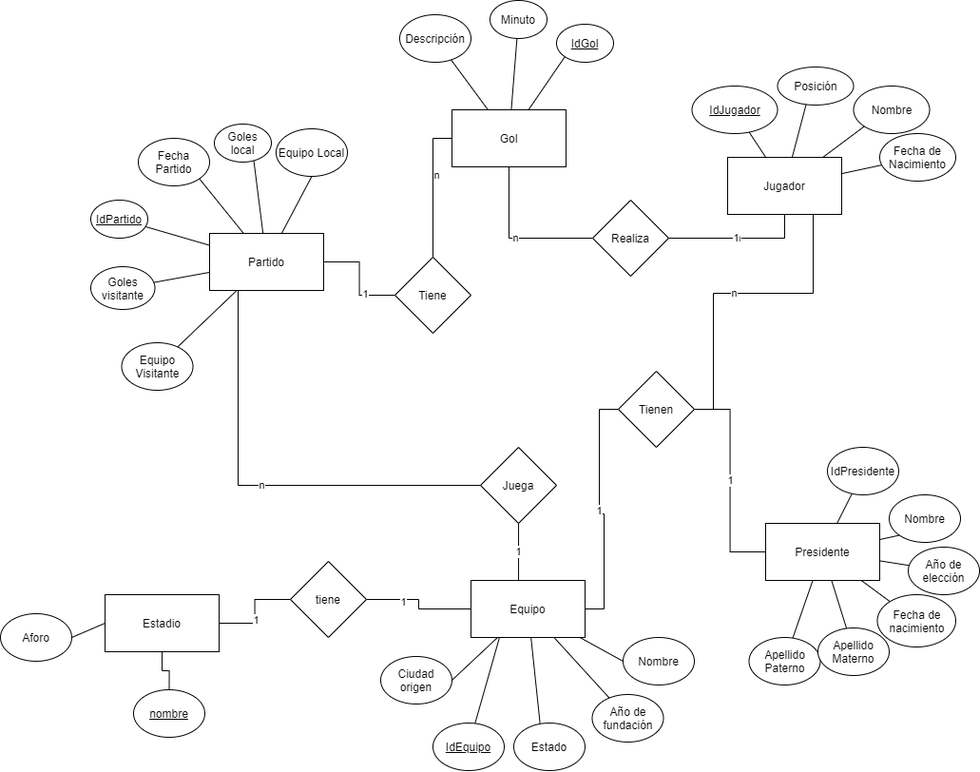
Cutberto/CADCE keeps this draw.io diagram as casos_de_estudio/caso2/ERD Futbol.png. Above is the earlier version. Source tidied: cells renumbered, new cells last; positions are measured from the earlier drawing's top-left corner, leaving out a move shared by most shapes.
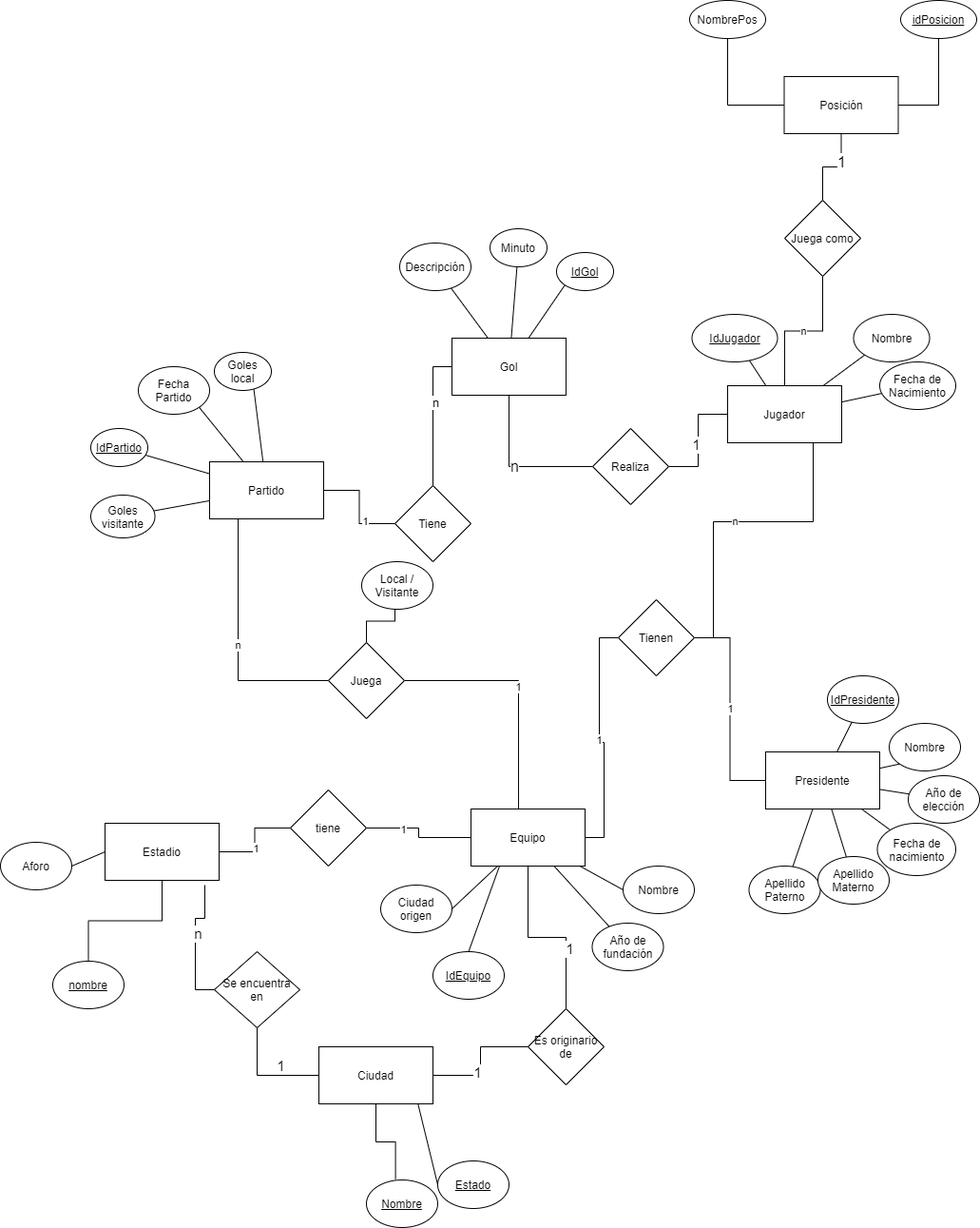
After the change.

Commit message:
correcciones de ERD futbol

Change to the diagram source:
```diff
@@ -14,21 +14,18 @@
     <mxCell id="3" style="edgeStyle=none;jettySize=auto;html=1;endArrow=none;" parent="1" edge="1" source="7" target="37">
       <mxGeometry relative="1" as="geometry" />
     </mxCell>
-    <mxCell id="4" style="edgeStyle=none;jettySize=auto;html=1;entryX=0.379;entryY=0.96;entryDx=0;entryDy=0;entryPerimeter=0;endArrow=none;" parent="1" edge="1" source="7" target="40">
-      <mxGeometry relative="1" as="geometry" />
-    </mxCell>
     <mxCell id="5" style="edgeStyle=none;jettySize=auto;html=1;entryX=0;entryY=1;entryDx=0;entryDy=0;endArrow=none;" parent="1" edge="1" source="7" target="38">
       <mxGeometry relative="1" as="geometry" />
     </mxCell>
     <mxCell id="6" style="edgeStyle=none;jettySize=auto;html=1;endArrow=none;" parent="1" edge="1" source="7" target="39">
       <mxGeometry relative="1" as="geometry" />
     </mxCell>
+    <mxCell id="63" value="n" style="edgeStyle=orthogonalEdgeStyle;rounded=0;jettySize=auto;html=1;entryX=0.5;entryY=1;entryDx=0;entryDy=0;endArrow=none;endFill=0;" parent="1" edge="1" source="7" target="93">
+      <mxGeometry relative="1" as="geometry" />
+    </mxCell>
     <mxCell id="7" value="Jugador" style="rounded=0;whiteSpace=wrap;html=1;" parent="1" vertex="1">
       <mxGeometry x="765" y="165" width="120" height="60" as="geometry" />
     </mxCell>
-    <mxCell id="8" style="edgeStyle=none;jettySize=auto;html=1;entryX=0.5;entryY=1;entryDx=0;entryDy=0;endArrow=none;" parent="1" edge="1" source="16" target="51">
-      <mxGeometry relative="1" as="geometry" />
-    </mxCell>
     <mxCell id="9" style="edgeStyle=none;jettySize=auto;html=1;entryX=0.693;entryY=0.975;entryDx=0;entryDy=0;entryPerimeter=0;endArrow=none;" parent="1" edge="1" source="16" target="49">
       <mxGeometry relative="1" as="geometry" />
     </mxCell>
@@ -41,9 +38,6 @@
     <mxCell id="12" style="edgeStyle=none;jettySize=auto;html=1;endArrow=none;" parent="1" edge="1" source="16" target="50">
       <mxGeometry relative="1" as="geometry" />
     </mxCell>
-    <mxCell id="13" style="edgeStyle=none;jettySize=auto;html=1;endArrow=none;" parent="1" edge="1" source="16" target="52">
-      <mxGeometry relative="1" as="geometry" />
-    </mxCell>
     <mxCell id="14" style="edgeStyle=orthogonalEdgeStyle;rounded=0;jettySize=auto;html=1;endArrow=none;endFill=0;" parent="1" edge="1" source="16" target="81">
       <mxGeometry relative="1" as="geometry" />
     </mxCell>
@@ -71,7 +65,7 @@
     <mxCell id="22" style="edgeStyle=none;jettySize=auto;html=1;endArrow=none;exitX=0;exitY=0.5;exitDx=0;exitDy=0;entryX=1;entryY=0.5;entryDx=0;entryDy=0;" parent="1" edge="1" source="74" target="44">
       <mxGeometry relative="1" as="geometry" />
     </mxCell>
-    <mxCell id="23" style="edgeStyle=none;jettySize=auto;html=1;entryX=0.368;entryY=0;entryDx=0;entryDy=0;entryPerimeter=0;endArrow=none;" parent="1" edge="1" source="28" target="43">
+    <mxCell id="23" style="edgeStyle=none;jettySize=auto;html=1;entryX=0;entryY=0.5;entryDx=0;entryDy=0;endArrow=none;exitX=0.87;exitY=1.01;exitDx=0;exitDy=0;exitPerimeter=0;" parent="1" edge="1" source="97" target="43">
       <mxGeometry relative="1" as="geometry" />
     </mxCell>
     <mxCell id="24" style="edgeStyle=none;jettySize=auto;html=1;endArrow=none;" parent="1" edge="1" source="28" target="45">
@@ -86,6 +80,12 @@
     <mxCell id="27" value="1" style="edgeLabel;html=1;align=center;verticalAlign=middle;" parent="26" vertex="1">
       <mxGeometry x="0.37" y="2" relative="1" as="geometry" />
     </mxCell>
+    <mxCell id="82" style="edgeStyle=orthogonalEdgeStyle;rounded=0;jettySize=auto;html=1;endArrow=none;endFill=0;fontSize=15;" parent="1" edge="1" source="28" target="100">
+      <mxGeometry relative="1" as="geometry" />
+    </mxCell>
+    <mxCell id="83" value="1" style="edgeLabel;html=1;align=center;verticalAlign=middle;fontSize=15;" parent="82" vertex="1">
+      <mxGeometry x="0.33" y="4" relative="1" as="geometry" />
+    </mxCell>
     <mxCell id="28" value="Equipo" style="rounded=0;whiteSpace=wrap;html=1;" parent="1" vertex="1">
       <mxGeometry x="495" y="610" width="120" height="60" as="geometry" />
     </mxCell>
@@ -122,8 +122,8 @@
     <mxCell id="39" value="Fecha de Nacimiento" style="ellipse;whiteSpace=wrap;html=1;" parent="1" vertex="1">
       <mxGeometry x="925" y="140" width="80" height="50" as="geometry" />
     </mxCell>
-    <mxCell id="40" value="Posición" style="ellipse;whiteSpace=wrap;html=1;" parent="1" vertex="1">
-      <mxGeometry x="817.5" y="70" width="80" height="40" as="geometry" />
+    <mxCell id="40" value="idPosicion" style="ellipse;whiteSpace=wrap;html=1;fontStyle=4;" parent="1" vertex="1">
+      <mxGeometry x="947" y="-240" width="80" height="40" as="geometry" />
     </mxCell>
     <mxCell id="41" value="IdEquipo" style="ellipse;whiteSpace=wrap;html=1;fontStyle=4;" parent="1" vertex="1">
       <mxGeometry x="455" y="760" width="75" height="50" as="geometry" />
@@ -131,8 +131,8 @@
     <mxCell id="42" value="Nombre" style="ellipse;whiteSpace=wrap;html=1;" parent="1" vertex="1">
       <mxGeometry x="655" y="670" width="75" height="50" as="geometry" />
     </mxCell>
-    <mxCell id="43" value="Estado" style="ellipse;whiteSpace=wrap;html=1;" parent="1" vertex="1">
-      <mxGeometry x="540" y="760" width="75" height="50" as="geometry" />
+    <mxCell id="43" value="Estado" style="ellipse;whiteSpace=wrap;html=1;fontStyle=4;" parent="1" vertex="1">
+      <mxGeometry x="460" y="980" width="75" height="50" as="geometry" />
     </mxCell>
     <mxCell id="44" value="Aforo" style="ellipse;whiteSpace=wrap;html=1;" parent="1" vertex="1">
       <mxGeometry y="645" width="75" height="50" as="geometry" />
@@ -155,12 +155,6 @@
     <mxCell id="50" value="Goles visitante" style="ellipse;whiteSpace=wrap;html=1;" parent="1" vertex="1">
       <mxGeometry x="95" y="280" width="67.5" height="45" as="geometry" />
     </mxCell>
-    <mxCell id="51" value="Equipo Local" style="ellipse;whiteSpace=wrap;html=1;" parent="1" vertex="1">
-      <mxGeometry x="290" y="135" width="75" height="50" as="geometry" />
-    </mxCell>
-    <mxCell id="52" value="Equipo Visitante" style="ellipse;whiteSpace=wrap;html=1;" parent="1" vertex="1">
-      <mxGeometry x="127.5" y="360" width="75" height="50" as="geometry" />
-    </mxCell>
     <mxCell id="53" value="IdGol" style="ellipse;whiteSpace=wrap;html=1;fontStyle=4;" parent="1" vertex="1">
       <mxGeometry x="585" y="25" width="60" height="40" as="geometry" />
     </mxCell>
@@ -170,7 +164,7 @@
     <mxCell id="55" value="Descripción" style="ellipse;whiteSpace=wrap;html=1;" parent="1" vertex="1">
       <mxGeometry x="420" y="15" width="75" height="50" as="geometry" />
     </mxCell>
-    <mxCell id="56" value="IdPresidente" style="ellipse;whiteSpace=wrap;html=1;" parent="1" vertex="1">
+    <mxCell id="56" value="IdPresidente" style="ellipse;whiteSpace=wrap;html=1;fontStyle=4;" parent="1" vertex="1">
       <mxGeometry x="870" y="470" width="75" height="50" as="geometry" />
     </mxCell>
     <mxCell id="57" value="Nombre" style="ellipse;whiteSpace=wrap;html=1;" parent="1" vertex="1">
@@ -191,15 +185,15 @@
     <mxCell id="62" style="edgeStyle=orthogonalEdgeStyle;rounded=0;orthogonalLoop=1;jettySize=auto;html=1;exitX=0.5;exitY=1;exitDx=0;exitDy=0;" parent="1" edge="1" source="59" target="59">
       <mxGeometry relative="1" as="geometry" />
     </mxCell>
-    <mxCell id="63" value="n" style="edgeStyle=orthogonalEdgeStyle;rounded=0;jettySize=auto;html=1;entryX=0.5;entryY=1;entryDx=0;entryDy=0;endArrow=none;endFill=0;" parent="1" edge="1" source="66" target="7">
-      <mxGeometry relative="1" as="geometry" />
-    </mxCell>
-    <mxCell id="64" value="1" style="edgeLabel;html=1;align=center;verticalAlign=middle;" parent="63" vertex="1">
-      <mxGeometry x="-0.05" y="1" relative="1" as="geometry" />
-    </mxCell>
-    <mxCell id="65" value="n" style="edgeStyle=orthogonalEdgeStyle;rounded=0;jettySize=auto;html=1;endArrow=none;endFill=0;" parent="1" edge="1" source="66" target="20">
+    <mxCell id="65" value="n" style="edgeStyle=orthogonalEdgeStyle;rounded=0;jettySize=auto;html=1;endArrow=none;endFill=0;fontSize=16;" parent="1" edge="1" source="66" target="20">
       <mxGeometry relative="1" as="geometry" />
     </mxCell>
+    <mxCell id="84" style="edgeStyle=orthogonalEdgeStyle;rounded=0;jettySize=auto;html=1;endArrow=none;endFill=0;fontSize=15;" parent="1" edge="1" source="66" target="7">
+      <mxGeometry relative="1" as="geometry" />
+    </mxCell>
+    <mxCell id="85" value="1" style="edgeLabel;html=1;align=center;verticalAlign=middle;fontSize=15;" parent="84" vertex="1">
+      <mxGeometry x="-0.08" y="2" relative="1" as="geometry" />
+    </mxCell>
     <mxCell id="66" value="Realiza" style="rhombus;whiteSpace=wrap;html=1;" parent="1" vertex="1">
       <mxGeometry x="623" y="210" width="80" height="80" as="geometry" />
     </mxCell>
@@ -209,8 +203,13 @@
     <mxCell id="68" value="1" style="edgeStyle=orthogonalEdgeStyle;rounded=0;jettySize=auto;html=1;entryX=0.417;entryY=0;entryDx=0;entryDy=0;entryPerimeter=0;endArrow=none;endFill=0;" parent="1" edge="1" source="69" target="28">
       <mxGeometry relative="1" as="geometry" />
     </mxCell>
+    <mxCell id="86" style="edgeStyle=orthogonalEdgeStyle;rounded=0;jettySize=auto;html=1;endArrow=diamondThin;endFill=1;fontSize=15;" parent="1" edge="1" source="69">
+      <mxGeometry relative="1" as="geometry">
+        <mxPoint x="415" y="390" as="targetPoint" />
+      </mxGeometry>
+    </mxCell>
     <mxCell id="69" value="Juega" style="rhombus;whiteSpace=wrap;html=1;" parent="1" vertex="1">
-      <mxGeometry x="505" y="470" width="80" height="80" as="geometry" />
+      <mxGeometry x="345" y="435" width="80" height="80" as="geometry" />
     </mxCell>
     <mxCell id="70" value="1" style="edgeStyle=orthogonalEdgeStyle;rounded=0;jettySize=auto;html=1;entryX=1;entryY=0.5;entryDx=0;entryDy=0;endArrow=none;endFill=0;" parent="1" edge="1" source="71" target="28">
       <mxGeometry relative="1" as="geometry" />
@@ -228,7 +227,7 @@
       <mxGeometry x="110" y="625" width="120" height="60" as="geometry" />
     </mxCell>
     <mxCell id="75" value="nombre" style="ellipse;whiteSpace=wrap;html=1;fontStyle=4;" parent="1" vertex="1">
-      <mxGeometry x="140" y="725" width="75" height="50" as="geometry" />
+      <mxGeometry x="55" y="770" width="75" height="50" as="geometry" />
     </mxCell>
     <mxCell id="76" style="edgeStyle=orthogonalEdgeStyle;rounded=0;jettySize=auto;html=1;endArrow=none;endFill=0;" parent="1" edge="1" source="78" target="74">
       <mxGeometry relative="1" as="geometry" />
@@ -242,11 +241,70 @@
     <mxCell id="79" style="edgeStyle=orthogonalEdgeStyle;rounded=0;jettySize=auto;html=1;exitX=0.5;exitY=0;exitDx=0;exitDy=0;entryX=0;entryY=0.5;entryDx=0;entryDy=0;endArrow=none;endFill=0;" parent="1" edge="1" source="81" target="20">
       <mxGeometry relative="1" as="geometry" />
     </mxCell>
-    <mxCell id="80" value="n" style="edgeLabel;html=1;align=center;verticalAlign=middle;" parent="79" vertex="1">
+    <mxCell id="80" value="n" style="edgeLabel;html=1;align=center;verticalAlign=middle;fontSize=13;" parent="79" vertex="1">
       <mxGeometry x="0.21" y="-3" relative="1" as="geometry" />
     </mxCell>
     <mxCell id="81" value="Tiene" style="rhombus;whiteSpace=wrap;html=1;" parent="1" vertex="1">
       <mxGeometry x="415" y="270" width="80" height="80" as="geometry" />
     </mxCell>
+    <mxCell id="87" style="edgeStyle=orthogonalEdgeStyle;rounded=0;jettySize=auto;html=1;entryX=0.5;entryY=1;entryDx=0;entryDy=0;endArrow=none;endFill=0;" parent="1" edge="1" source="89" target="90">
+      <mxGeometry relative="1" as="geometry" />
+    </mxCell>
+    <mxCell id="88" style="edgeStyle=orthogonalEdgeStyle;rounded=0;jettySize=auto;html=1;entryX=0.5;entryY=1;entryDx=0;entryDy=0;endArrow=none;endFill=0;" parent="1" edge="1" source="89" target="40">
+      <mxGeometry relative="1" as="geometry" />
+    </mxCell>
+    <mxCell id="89" value="Posición" style="rounded=0;whiteSpace=wrap;html=1;" parent="1" vertex="1">
+      <mxGeometry x="824.5" y="-160" width="120" height="60" as="geometry" />
+    </mxCell>
+    <mxCell id="90" value="NombrePos" style="ellipse;whiteSpace=wrap;html=1;" parent="1" vertex="1">
+      <mxGeometry x="725" y="-240" width="80" height="40" as="geometry" />
+    </mxCell>
+    <mxCell id="91" style="edgeStyle=orthogonalEdgeStyle;rounded=0;jettySize=auto;html=1;entryX=0.5;entryY=1;entryDx=0;entryDy=0;endArrow=none;endFill=0;" parent="1" edge="1" source="93" target="89">
+      <mxGeometry relative="1" as="geometry" />
+    </mxCell>
+    <mxCell id="92" value="1" style="edgeLabel;html=1;align=center;verticalAlign=middle;fontSize=16;" parent="91" vertex="1">
+      <mxGeometry x="0.35" relative="1" as="geometry" />
+    </mxCell>
+    <mxCell id="93" value="Juega como" style="rhombus;whiteSpace=wrap;html=1;" parent="1" vertex="1">
+      <mxGeometry x="825" y="-30" width="80" height="80" as="geometry" />
+    </mxCell>
+    <mxCell id="94" value="Local /&lt;br&gt;Visitante" style="ellipse;whiteSpace=wrap;html=1;" parent="1" vertex="1">
+      <mxGeometry x="380" y="350" width="75" height="50" as="geometry" />
+    </mxCell>
+    <mxCell id="95" style="edgeStyle=orthogonalEdgeStyle;rounded=0;jettySize=auto;html=1;entryX=0.408;entryY=-0.02;entryDx=0;entryDy=0;entryPerimeter=0;endArrow=none;endFill=0;fontSize=15;" parent="1" edge="1" source="97" target="101">
+      <mxGeometry relative="1" as="geometry" />
+    </mxCell>
+    <mxCell id="96" style="edgeStyle=orthogonalEdgeStyle;rounded=0;jettySize=auto;html=1;entryX=0.5;entryY=1;entryDx=0;entryDy=0;endArrow=none;endFill=0;fontSize=15;" parent="1" edge="1" source="97" target="104">
+      <mxGeometry relative="1" as="geometry" />
+    </mxCell>
+    <mxCell id="97" value="Ciudad" style="rounded=0;whiteSpace=wrap;html=1;" parent="1" vertex="1">
+      <mxGeometry x="335" y="860" width="120" height="60" as="geometry" />
+    </mxCell>
+    <mxCell id="98" style="edgeStyle=orthogonalEdgeStyle;rounded=0;jettySize=auto;html=1;endArrow=none;endFill=0;fontSize=15;" parent="1" edge="1" source="100" target="97">
+      <mxGeometry relative="1" as="geometry" />
+    </mxCell>
+    <mxCell id="99" value="1" style="edgeLabel;html=1;align=center;verticalAlign=middle;fontSize=15;" parent="98" vertex="1">
+      <mxGeometry x="0.18" y="-3" relative="1" as="geometry" />
+    </mxCell>
+    <mxCell id="100" value="Es originario de" style="rhombus;whiteSpace=wrap;html=1;" parent="1" vertex="1">
+      <mxGeometry x="555" y="820" width="80" height="80" as="geometry" />
+    </mxCell>
+    <mxCell id="101" value="Nombre" style="ellipse;whiteSpace=wrap;html=1;fontStyle=4;" parent="1" vertex="1">
+      <mxGeometry x="385" y="1000" width="75" height="50" as="geometry" />
+    </mxCell>
+    <mxCell id="102" style="edgeStyle=orthogonalEdgeStyle;rounded=0;jettySize=auto;html=1;endArrow=none;endFill=0;fontSize=15;" parent="1" edge="1" source="104">
+      <mxGeometry relative="1" as="geometry">
+        <mxPoint x="215" y="690" as="targetPoint" />
+      </mxGeometry>
+    </mxCell>
+    <mxCell id="103" value="n" style="edgeLabel;html=1;align=center;verticalAlign=middle;fontSize=15;" parent="102" vertex="1">
+      <mxGeometry x="0.13" y="-3" relative="1" as="geometry" />
+    </mxCell>
+    <mxCell id="104" value="Se encuentra en" style="rhombus;whiteSpace=wrap;html=1;" parent="1" vertex="1">
+      <mxGeometry x="225" y="760" width="90" height="80" as="geometry" />
+    </mxCell>
+    <mxCell id="105" value="1" style="text;html=1;align=center;verticalAlign=middle;fontSize=15;" parent="1" vertex="1">
+      <mxGeometry x="285" y="870" width="20" height="20" as="geometry" />
+    </mxCell>
   </root>
 </mxGraphModel>
```
